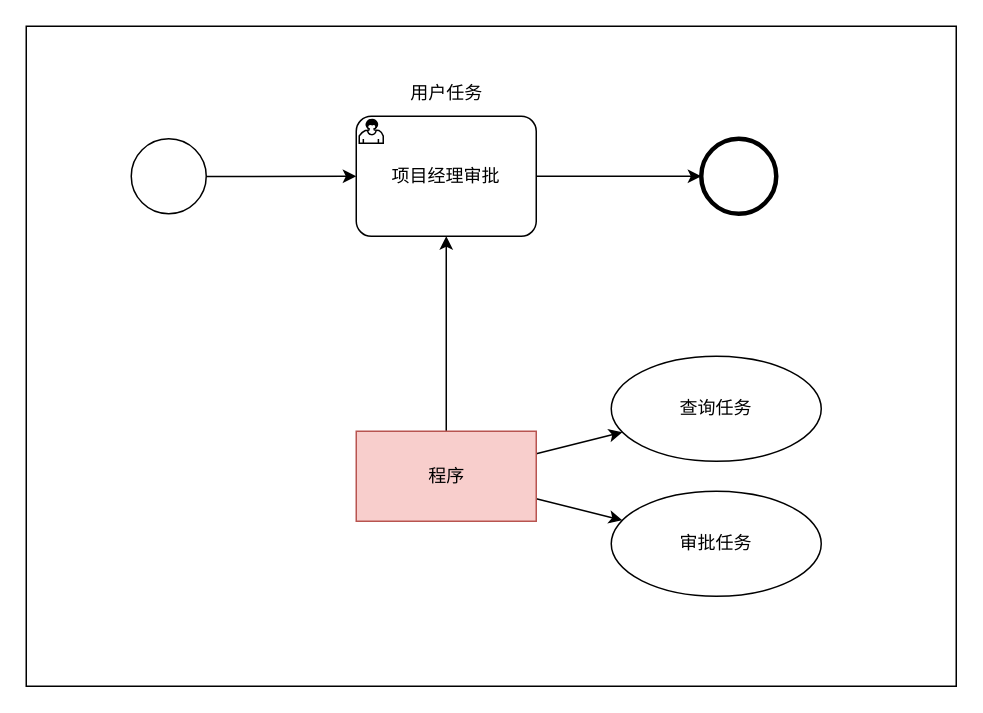
Before: page "自动化程序流程" (2 of 3) of blog/business_observable/003/_design/think.drawio in codepodspace/codepod-docs, a draw.io diagram. Source tidied: cells renumbered, new cells numbered last; positions are measured from the earlier drawing's top-left corner, leaving out a move shared by most shapes. Both pictures are drawn from the tidied source at 150%, with x=0, y=0 at pixel (26, 26).
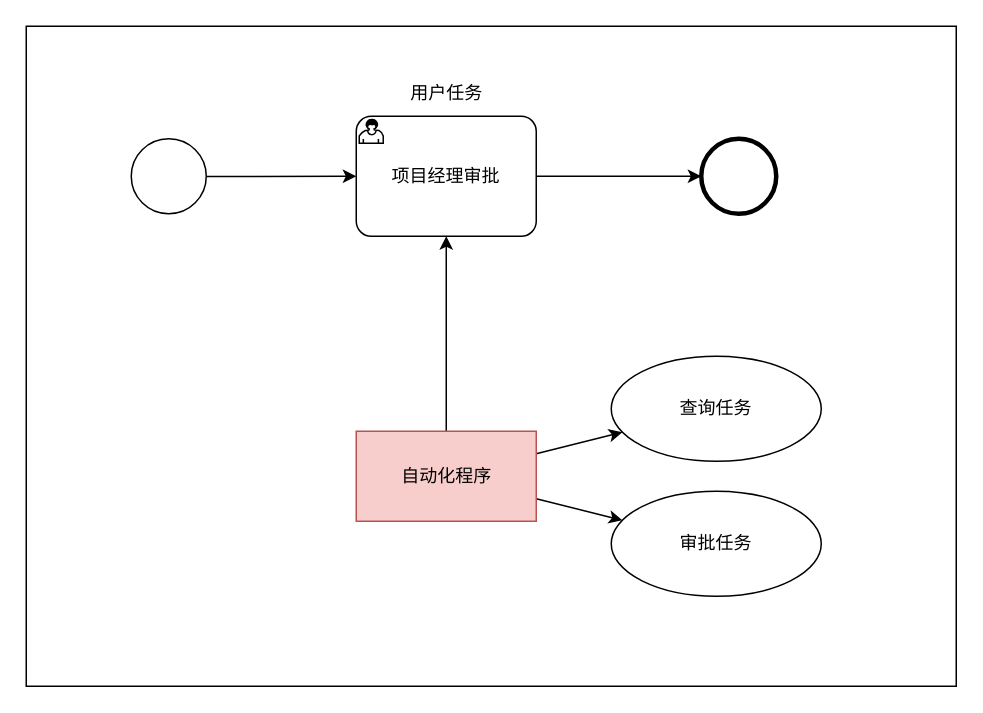
Above is the later version.

Diff of the diagram source:
```diff
@@
 <mxGraphModel>
   <root>
     <mxCell id="0" />
     <mxCell id="1" parent="0" />
     <mxCell id="2" style="group;" parent="1" vertex="1">
       <mxGeometry width="620" height="440" as="geometry" />
     </mxCell>
     <mxCell id="3" style="rounded=0;whiteSpace=wrap;html=1;" parent="2" vertex="1">
       <mxGeometry width="620" height="440" as="geometry" />
     </mxCell>
     <mxCell id="4" value="项目经理审批" style="points=[[0.25,0,0],[0.5,0,0],[0.75,0,0],[1,0.25,0],[1,0.5,0],[1,0.75,0],[0.75,1,0],[0.5,1,0],[0.25,1,0],[0,0.75,0],[0,0.5,0],[0,0.25,0]];shape=mxgraph.bpmn.task;whiteSpace=wrap;rectStyle=rounded;size=10;html=1;taskMarker=user;" parent="2" vertex="1">
       <mxGeometry x="220" y="60" width="120" height="80" as="geometry" />
     </mxCell>
     <mxCell id="5" style="edgeStyle=none;html=1;" parent="2" edge="1" source="6" target="4">
       <mxGeometry relative="1" as="geometry" />
     </mxCell>
     <mxCell id="6" style="points=[[0.145,0.145,0],[0.5,0,0],[0.855,0.145,0],[1,0.5,0],[0.855,0.855,0],[0.5,1,0],[0.145,0.855,0],[0,0.5,0]];shape=mxgraph.bpmn.event;html=1;verticalLabelPosition=bottom;labelBackgroundColor=#ffffff;verticalAlign=top;align=center;perimeter=ellipsePerimeter;outlineConnect=0;outline=standard;symbol=general;" parent="2" vertex="1">
       <mxGeometry x="70" y="75" width="50" height="50" as="geometry" />
     </mxCell>
     <mxCell id="7" style="points=[[0.145,0.145,0],[0.5,0,0],[0.855,0.145,0],[1,0.5,0],[0.855,0.855,0],[0.5,1,0],[0.145,0.855,0],[0,0.5,0]];shape=mxgraph.bpmn.event;html=1;verticalLabelPosition=bottom;labelBackgroundColor=#ffffff;verticalAlign=top;align=center;perimeter=ellipsePerimeter;outlineConnect=0;outline=end;symbol=terminate2;" parent="2" vertex="1">
       <mxGeometry x="450" y="75" width="50" height="50" as="geometry" />
     </mxCell>
     <mxCell id="8" style="edgeStyle=none;html=1;" parent="2" edge="1" source="4" target="7">
       <mxGeometry relative="1" as="geometry" />
     </mxCell>
     <mxCell id="9" style="edgeStyle=none;html=1;" parent="2" edge="1" source="15" target="4">
       <mxGeometry relative="1" as="geometry" />
     </mxCell>
     <mxCell id="10" value="用户任务" style="text;html=1;align=center;verticalAlign=middle;strokeColor=none;fillColor=none;" parent="2" vertex="1">
       <mxGeometry x="245" y="30" width="70" height="30" as="geometry" />
     </mxCell>
     <mxCell id="11" value="查询任务" style="ellipse;whiteSpace=wrap;html=1;" parent="2" vertex="1">
       <mxGeometry x="390" y="220" width="140" height="70" as="geometry" />
     </mxCell>
     <mxCell id="12" style="edgeStyle=none;html=1;" parent="2" edge="1" source="15" target="11">
       <mxGeometry relative="1" as="geometry" />
     </mxCell>
     <mxCell id="13" value="审批任务" style="ellipse;whiteSpace=wrap;html=1;" parent="2" vertex="1">
       <mxGeometry x="390" y="310" width="140" height="70" as="geometry" />
     </mxCell>
     <mxCell id="14" style="edgeStyle=none;html=1;" parent="2" edge="1" source="15" target="13">
       <mxGeometry relative="1" as="geometry" />
     </mxCell>
-    <mxCell id="15" value="程序" style="html=1;fillColor=#f8cecc;strokeColor=#b85450;" parent="2" vertex="1">
+    <mxCell id="15" value="自动化程序" style="html=1;fillColor=#f8cecc;strokeColor=#b85450;" parent="2" vertex="1">
       <mxGeometry x="220" y="270" width="120" height="60" as="geometry" />
     </mxCell>
   </root>
 </mxGraphModel>
```
